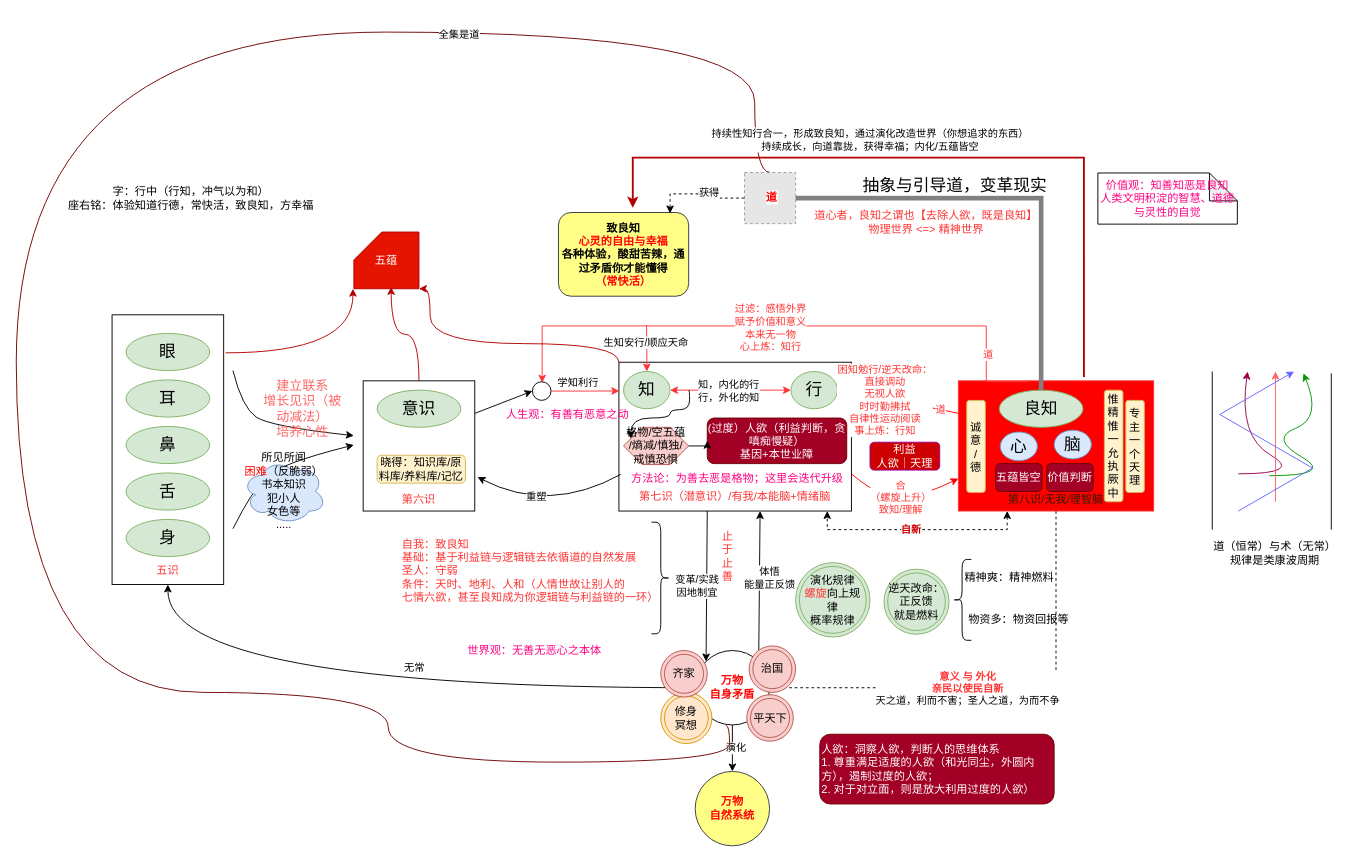
Above: page "良知" (1 of 2) of xinxue.drawio in kason-huang/DrawIO (draw.io), before the change. Source tidied: cells renumbered, new cells numbered last; positions are measured from the earlier drawing's top-left corner, leaving out a move shared by most shapes. Both pictures are drawn from the tidied source at 93%, with x=0, y=0 at pixel (16, 32). Pictures stored in the file or linked from it are replaced by grey dashed boxes.
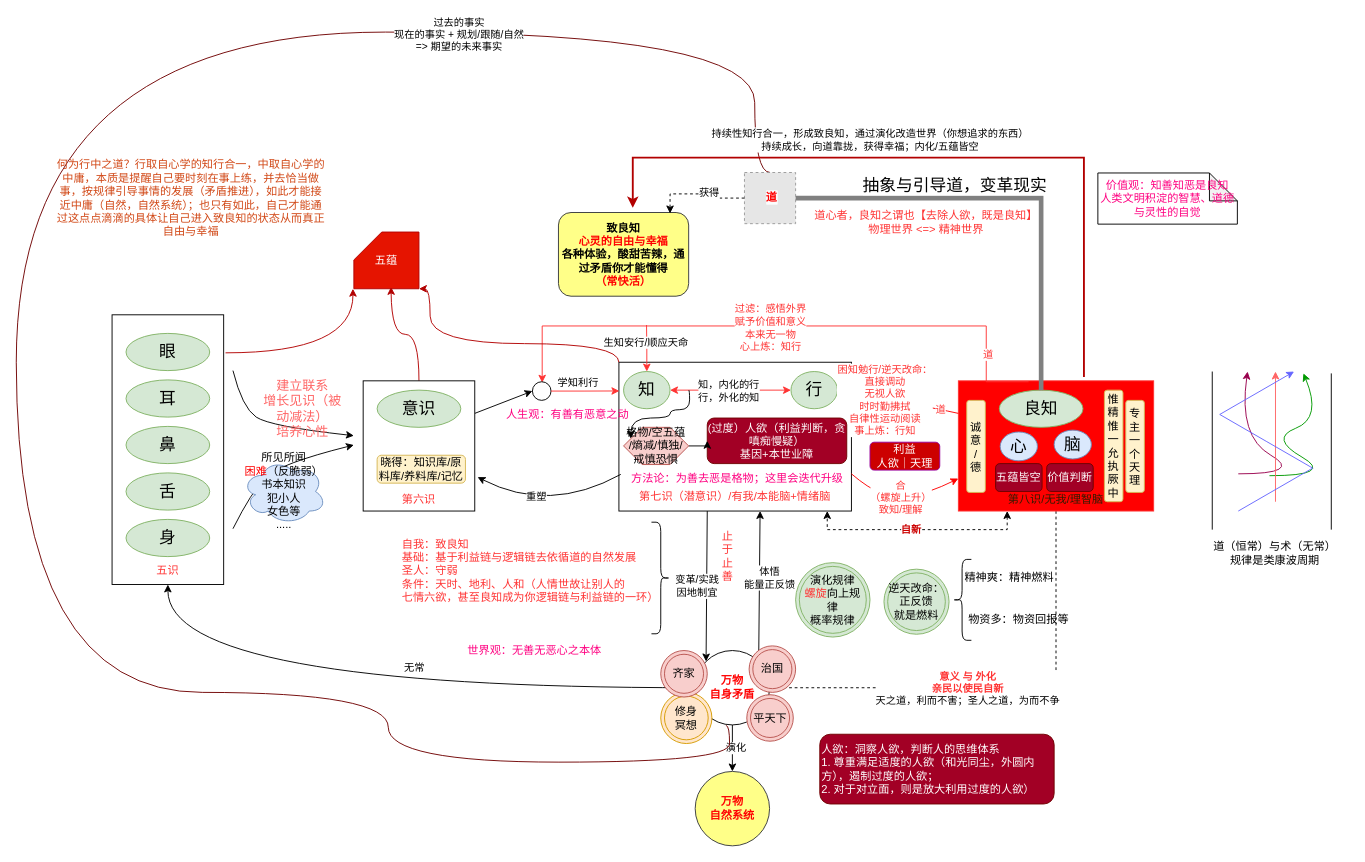
The same diagram, later.

The change refers to these unchanged cells:
```xml
<mxCell id="51" style="edgeStyle=orthogonalEdgeStyle;rounded=0;jettySize=auto;html=1;exitX=0.413;exitY=1.006;exitDx=0;exitDy=0;entryX=0.5;entryY=0;entryDx=0;entryDy=0;curved=1;exitPerimeter=0;fillColor=#a20025;strokeColor=#6F0000;endArrow=none;endFill=0;" parent="1" edge="1" source="53" target="82">
  <mxGeometry relative="1" as="geometry">
    <Array as="points">
      <mxPoint x="767" y="746" />
      <mxPoint x="767" y="785" />
      <mxPoint x="400" y="785" />
      <mxPoint x="400" y="710" />
      <mxPoint y="710" />
      <mxPoint />
      <mxPoint x="794" />
      <mxPoint x="794" y="151" />
    </Array>
  </mxGeometry>
</mxCell>
```

Change to the diagram source:
```diff
@@
-    <mxCell id="52" value="全集是道" style="edgeLabel;html=1;align=center;verticalAlign=middle;" parent="51" vertex="1">
+    <mxCell id="52" value="过去的事实&lt;div&gt;现在的事实 + 规划/跟随/自然&lt;/div&gt;&lt;div&gt;=&amp;gt; 期望的未来事实&lt;/div&gt;" style="edgeLabel;html=1;align=center;verticalAlign=middle;" parent="51" vertex="1">
       <mxGeometry x="0.62" y="-1" relative="1" as="geometry">
         <mxPoint y="1" as="offset" />
       </mxGeometry>
     </mxCell>
@@
-    <mxCell id="92" value="字：行中（行知，冲气以为和）&lt;div&gt;座右铭：体验&lt;span style=&quot;background-color: initial;&quot;&gt;知道行德，常快活，致良知，方幸福&lt;/span&gt;&lt;/div&gt;&lt;span class=&quot;lark-record-clipboard&quot; data-lark-record-data=&quot;{&amp;quot;rootId&amp;quot;:&amp;quot;UpcIddwsAorptrxAgHicc0wKnCb&amp;quot;,&amp;quot;text&amp;quot;:{&amp;quot;initialAttributedTexts&amp;quot;:{&amp;quot;text&amp;quot;:{&amp;quot;0&amp;quot;:&amp;quot;知道行德，常快活，致良知，方幸福&amp;quot;},&amp;quot;attribs&amp;quot;:{&amp;quot;0&amp;quot;:&amp;quot;*0+g&amp;quot;}},&amp;quot;apool&amp;quot;:{&amp;quot;numToAttrib&amp;quot;:{&amp;quot;0&amp;quot;:[&amp;quot;author&amp;quot;,&amp;quot;7268284827844050947&amp;quot;]},&amp;quot;nextNum&amp;quot;:1}},&amp;quot;type&amp;quot;:&amp;quot;text&amp;quot;,&amp;quot;referenceRecordMap&amp;quot;:{},&amp;quot;extra&amp;quot;:{&amp;quot;channel&amp;quot;:&amp;quot;saas&amp;quot;,&amp;quot;mention_page_title&amp;quot;:{},&amp;quot;external_mention_url&amp;quot;:{}},&amp;quot;isKeepQuoteContainer&amp;quot;:false,&amp;quot;isFromCode&amp;quot;:false,&amp;quot;selection&amp;quot;:[{&amp;quot;id&amp;quot;:6,&amp;quot;type&amp;quot;:&amp;quot;text&amp;quot;,&amp;quot;selection&amp;quot;:{&amp;quot;start&amp;quot;:5,&amp;quot;end&amp;quot;:21},&amp;quot;recordId&amp;quot;:&amp;quot;doxcn4v1E7FIwVHDkKUdbIU8xlf&amp;quot;}],&amp;quot;payloadMap&amp;quot;:{},&amp;quot;isCut&amp;quot;:false}&quot;&gt;&lt;/span&gt;" style="text;html=1;align=center;verticalAlign=middle;whiteSpace=wrap;rounded=0;" parent="1" vertex="1">
+    <mxCell id="92" value="&lt;div class=&quot;editor-block text-block focused hover&quot; id=&quot;_UI0E9lhy&quot;&gt;&lt;div class=&quot;block-content text-element&quot;&gt;&lt;span style=&quot;&quot; class=&quot;style-color-0&quot;&gt;&lt;font color=&quot;#d14715&quot;&gt;何为行中之道？行取自心学的知行合一，中取自心学的中庸，本质是提醒自己要时刻在事上练，并去恰当做事，按规律引导事情的发展（矛盾推进），如此才能接近中庸（自然，自然系统）；也只有如此，自己才能通过这点点滴滴的具体让自己进入致良知的状态从而真正自由与幸福&lt;/font&gt;&lt;/span&gt;&lt;/div&gt;&lt;/div&gt;&lt;span class=&quot;lark-record-clipboard&quot; data-lark-record-data=&quot;{&amp;quot;rootId&amp;quot;:&amp;quot;UpcIddwsAorptrxAgHicc0wKnCb&amp;quot;,&amp;quot;text&amp;quot;:{&amp;quot;initialAttributedTexts&amp;quot;:{&amp;quot;text&amp;quot;:{&amp;quot;0&amp;quot;:&amp;quot;知道行德，常快活，致良知，方幸福&amp;quot;},&amp;quot;attribs&amp;quot;:{&amp;quot;0&amp;quot;:&amp;quot;*0+g&amp;quot;}},&amp;quot;apool&amp;quot;:{&amp;quot;numToAttrib&amp;quot;:{&amp;quot;0&amp;quot;:[&amp;quot;author&amp;quot;,&amp;quot;7268284827844050947&amp;quot;]},&amp;quot;nextNum&amp;quot;:1}},&amp;quot;type&amp;quot;:&amp;quot;text&amp;quot;,&amp;quot;referenceRecordMap&amp;quot;:{},&amp;quot;extra&amp;quot;:{&amp;quot;channel&amp;quot;:&amp;quot;saas&amp;quot;,&amp;quot;mention_page_title&amp;quot;:{},&amp;quot;external_mention_url&amp;quot;:{}},&amp;quot;isKeepQuoteContainer&amp;quot;:false,&amp;quot;isFromCode&amp;quot;:false,&amp;quot;selection&amp;quot;:[{&amp;quot;id&amp;quot;:6,&amp;quot;type&amp;quot;:&amp;quot;text&amp;quot;,&amp;quot;selection&amp;quot;:{&amp;quot;start&amp;quot;:5,&amp;quot;end&amp;quot;:21},&amp;quot;recordId&amp;quot;:&amp;quot;doxcn4v1E7FIwVHDkKUdbIU8xlf&amp;quot;}],&amp;quot;payloadMap&amp;quot;:{},&amp;quot;isCut&amp;quot;:false}&quot;&gt;&lt;/span&gt;" style="text;html=1;align=center;verticalAlign=middle;whiteSpace=wrap;rounded=0;" parent="1" vertex="1">
       <mxGeometry x="43" y="164" width="290" height="30" as="geometry" />
     </mxCell>
```
